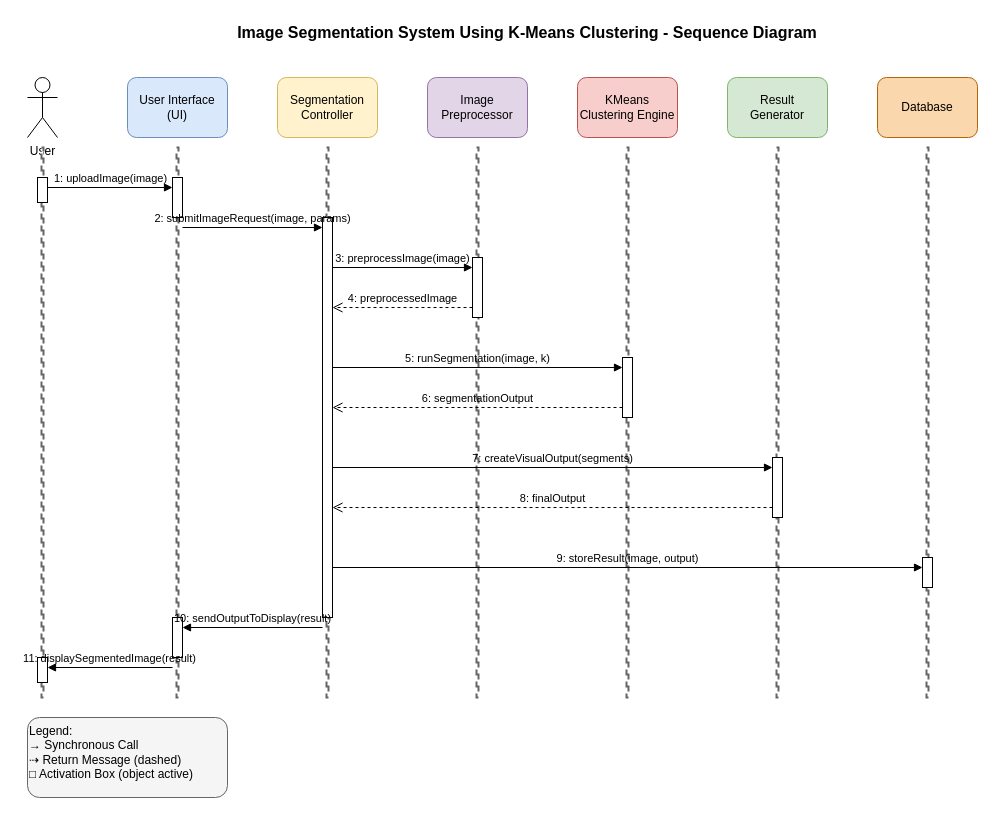
This is page "Page-10" (10 of 10) of Untitled Diagram.drawio from ruthwik-coder/uml, a draw.io file, before an edit. Source tidied: cells renumbered, new cells numbered last; positions are measured from the earlier drawing's top-left corner, leaving out a move shared by most shapes. Both pictures are drawn from the tidied source at 100%, with x=0, y=0 at pixel (27, 17).
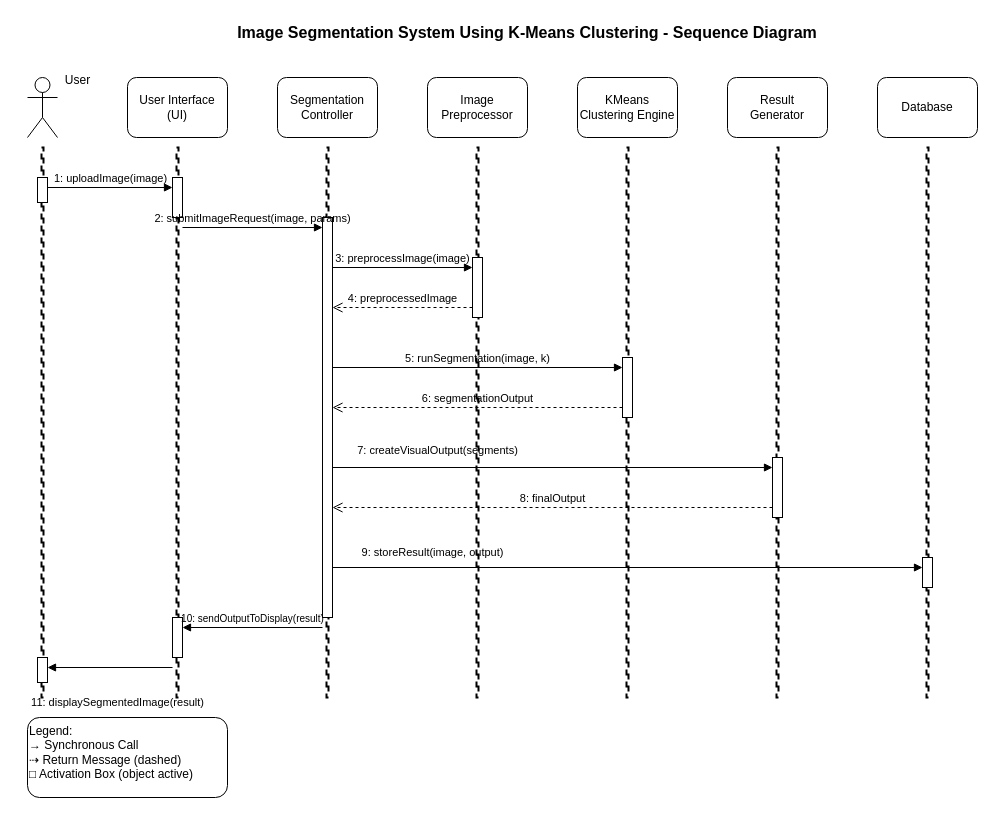
The same page after the edit.

What changed in the source:
```diff
@@
-    <mxCell id="2" value="Image Segmentation System Using K-Means Clustering - Sequence Diagram" style="text;html=1;strokeColor=none;fillColor=none;align=center;verticalAlign=middle;whiteSpace=wrap;rounded=0;fontSize=16;fontStyle=1;" parent="1" vertex="1">
+    <mxCell id="2" value="Image Segmentation System Using K-Means Clustering - Sequence Diagram" style="text;html=1;strokeColor=none;fillColor=none;align=center;verticalAlign=middle;whiteSpace=wrap;rounded=0;fontSize=16;fontStyle=1;labelBackgroundColor=none;" parent="1" vertex="1">
       <mxGeometry x="150" width="700" height="30" as="geometry" />
     </mxCell>
-    <mxCell id="3" value="User" style="shape=umlActor;verticalLabelPosition=bottom;verticalAlign=top;html=1;" parent="1" vertex="1">
+    <mxCell id="3" style="shape=umlActor;verticalLabelPosition=bottom;verticalAlign=top;html=1;labelBackgroundColor=none;" parent="1" vertex="1">
       <mxGeometry y="60" width="30" height="60" as="geometry" />
     </mxCell>
-    <mxCell id="4" value="User Interface&lt;br&gt;(UI)" style="rounded=1;whiteSpace=wrap;html=1;fillColor=#dae8fc;strokeColor=#6c8ebf;" parent="1" vertex="1">
+    <mxCell id="4" value="User Interface&lt;br&gt;(UI)" style="rounded=1;whiteSpace=wrap;html=1;labelBackgroundColor=none;" parent="1" vertex="1">
       <mxGeometry x="100" y="60" width="100" height="60" as="geometry" />
     </mxCell>
-    <mxCell id="5" value="Segmentation&lt;br&gt;Controller" style="rounded=1;whiteSpace=wrap;html=1;fillColor=#fff2cc;strokeColor=#d6b656;" parent="1" vertex="1">
+    <mxCell id="5" value="Segmentation&lt;br&gt;Controller" style="rounded=1;whiteSpace=wrap;html=1;labelBackgroundColor=none;" parent="1" vertex="1">
       <mxGeometry x="250" y="60" width="100" height="60" as="geometry" />
     </mxCell>
-    <mxCell id="6" value="Image&lt;br&gt;Preprocessor" style="rounded=1;whiteSpace=wrap;html=1;fillColor=#e1d5e7;strokeColor=#9673a6;" parent="1" vertex="1">
+    <mxCell id="6" value="Image&lt;br&gt;Preprocessor" style="rounded=1;whiteSpace=wrap;html=1;labelBackgroundColor=none;" parent="1" vertex="1">
       <mxGeometry x="400" y="60" width="100" height="60" as="geometry" />
     </mxCell>
-    <mxCell id="7" value="KMeans&lt;br&gt;Clustering Engine" style="rounded=1;whiteSpace=wrap;html=1;fillColor=#f8cecc;strokeColor=#b85450;" parent="1" vertex="1">
+    <mxCell id="7" value="KMeans&lt;br&gt;Clustering Engine" style="rounded=1;whiteSpace=wrap;html=1;labelBackgroundColor=none;" parent="1" vertex="1">
       <mxGeometry x="550" y="60" width="100" height="60" as="geometry" />
     </mxCell>
-    <mxCell id="8" value="Result&lt;br&gt;Generator" style="rounded=1;whiteSpace=wrap;html=1;fillColor=#d5e8d4;strokeColor=#82b366;" parent="1" vertex="1">
+    <mxCell id="8" value="Result&lt;br&gt;Generator" style="rounded=1;whiteSpace=wrap;html=1;labelBackgroundColor=none;" parent="1" vertex="1">
       <mxGeometry x="700" y="60" width="100" height="60" as="geometry" />
     </mxCell>
-    <mxCell id="9" value="Database" style="rounded=1;whiteSpace=wrap;html=1;fillColor=#fad7ac;strokeColor=#b46504;" parent="1" vertex="1">
+    <mxCell id="9" value="Database" style="rounded=1;whiteSpace=wrap;html=1;labelBackgroundColor=none;" parent="1" vertex="1">
       <mxGeometry x="850" y="60" width="100" height="60" as="geometry" />
     </mxCell>
-    <mxCell id="10" style="html=1;perimeter=orthogonalPerimeter;targetShapes=umlLifeline;newEdgeStyle={'edgeStyle':'elbowEdgeStyle','elbow':'vertical','curved':0,'rounded':0};strokeWidth=2;strokeColor=#666666;dashed=1;" parent="1" vertex="1">
+    <mxCell id="10" style="html=1;perimeter=orthogonalPerimeter;targetShapes=umlLifeline;newEdgeStyle={'edgeStyle':'elbowEdgeStyle','elbow':'vertical','curved':0,'rounded':0};strokeWidth=2;dashed=1;labelBackgroundColor=none;" parent="1" vertex="1">
       <mxGeometry x="14" y="130" width="2" height="550" as="geometry" />
     </mxCell>
-    <mxCell id="11" style="html=1;perimeter=orthogonalPerimeter;targetShapes=umlLifeline;newEdgeStyle={'edgeStyle':'elbowEdgeStyle','elbow':'vertical','curved':0,'rounded':0};strokeWidth=2;strokeColor=#666666;dashed=1;" parent="1" vertex="1">
+    <mxCell id="11" style="html=1;perimeter=orthogonalPerimeter;targetShapes=umlLifeline;newEdgeStyle={'edgeStyle':'elbowEdgeStyle','elbow':'vertical','curved':0,'rounded':0};strokeWidth=2;dashed=1;labelBackgroundColor=none;" parent="1" vertex="1">
       <mxGeometry x="149" y="130" width="2" height="550" as="geometry" />
     </mxCell>
-    <mxCell id="12" style="html=1;perimeter=orthogonalPerimeter;targetShapes=umlLifeline;newEdgeStyle={'edgeStyle':'elbowEdgeStyle','elbow':'vertical','curved':0,'rounded':0};strokeWidth=2;strokeColor=#666666;dashed=1;" parent="1" vertex="1">
+    <mxCell id="12" style="html=1;perimeter=orthogonalPerimeter;targetShapes=umlLifeline;newEdgeStyle={'edgeStyle':'elbowEdgeStyle','elbow':'vertical','curved':0,'rounded':0};strokeWidth=2;dashed=1;labelBackgroundColor=none;" parent="1" vertex="1">
       <mxGeometry x="299" y="130" width="2" height="550" as="geometry" />
     </mxCell>
-    <mxCell id="13" style="html=1;perimeter=orthogonalPerimeter;targetShapes=umlLifeline;newEdgeStyle={'edgeStyle':'elbowEdgeStyle','elbow':'vertical','curved':0,'rounded':0};strokeWidth=2;strokeColor=#666666;dashed=1;" parent="1" vertex="1">
+    <mxCell id="13" style="html=1;perimeter=orthogonalPerimeter;targetShapes=umlLifeline;newEdgeStyle={'edgeStyle':'elbowEdgeStyle','elbow':'vertical','curved':0,'rounded':0};strokeWidth=2;dashed=1;labelBackgroundColor=none;" parent="1" vertex="1">
       <mxGeometry x="449" y="130" width="2" height="550" as="geometry" />
     </mxCell>
-    <mxCell id="14" style="html=1;perimeter=orthogonalPerimeter;targetShapes=umlLifeline;newEdgeStyle={'edgeStyle':'elbowEdgeStyle','elbow':'vertical','curved':0,'rounded':0};strokeWidth=2;strokeColor=#666666;dashed=1;" parent="1" vertex="1">
+    <mxCell id="14" style="html=1;perimeter=orthogonalPerimeter;targetShapes=umlLifeline;newEdgeStyle={'edgeStyle':'elbowEdgeStyle','elbow':'vertical','curved':0,'rounded':0};strokeWidth=2;dashed=1;labelBackgroundColor=none;" parent="1" vertex="1">
       <mxGeometry x="599" y="130" width="2" height="550" as="geometry" />
     </mxCell>
-    <mxCell id="15" style="html=1;perimeter=orthogonalPerimeter;targetShapes=umlLifeline;newEdgeStyle={'edgeStyle':'elbowEdgeStyle','elbow':'vertical','curved':0,'rounded':0};strokeWidth=2;strokeColor=#666666;dashed=1;" parent="1" vertex="1">
+    <mxCell id="15" style="html=1;perimeter=orthogonalPerimeter;targetShapes=umlLifeline;newEdgeStyle={'edgeStyle':'elbowEdgeStyle','elbow':'vertical','curved':0,'rounded':0};strokeWidth=2;dashed=1;labelBackgroundColor=none;" parent="1" vertex="1">
       <mxGeometry x="749" y="130" width="2" height="550" as="geometry" />
     </mxCell>
-    <mxCell id="16" style="html=1;perimeter=orthogonalPerimeter;targetShapes=umlLifeline;newEdgeStyle={'edgeStyle':'elbowEdgeStyle','elbow':'vertical','curved':0,'rounded':0};strokeWidth=2;strokeColor=#666666;dashed=1;" parent="1" vertex="1">
+    <mxCell id="16" style="html=1;perimeter=orthogonalPerimeter;targetShapes=umlLifeline;newEdgeStyle={'edgeStyle':'elbowEdgeStyle','elbow':'vertical','curved':0,'rounded':0};strokeWidth=2;dashed=1;labelBackgroundColor=none;" parent="1" vertex="1">
       <mxGeometry x="899" y="130" width="2" height="550" as="geometry" />
     </mxCell>
-    <mxCell id="17" style="html=1;perimeter=orthogonalPerimeter;targetShapes=umlLifeline;newEdgeStyle={'edgeStyle':'elbowEdgeStyle','elbow':'vertical','curved':0,'rounded':0};fillColor=#ffffff;" parent="1" vertex="1">
+    <mxCell id="17" style="html=1;perimeter=orthogonalPerimeter;targetShapes=umlLifeline;newEdgeStyle={'edgeStyle':'elbowEdgeStyle','elbow':'vertical','curved':0,'rounded':0};labelBackgroundColor=none;" parent="1" vertex="1">
       <mxGeometry x="10" y="160" width="10" height="25" as="geometry" />
     </mxCell>
-    <mxCell id="18" style="html=1;perimeter=orthogonalPerimeter;targetShapes=umlLifeline;newEdgeStyle={'edgeStyle':'elbowEdgeStyle','elbow':'vertical','curved':0,'rounded':0};fillColor=#ffffff;" parent="1" vertex="1">
+    <mxCell id="18" style="html=1;perimeter=orthogonalPerimeter;targetShapes=umlLifeline;newEdgeStyle={'edgeStyle':'elbowEdgeStyle','elbow':'vertical','curved':0,'rounded':0};labelBackgroundColor=none;" parent="1" vertex="1">
       <mxGeometry x="145" y="160" width="10" height="40" as="geometry" />
     </mxCell>
-    <mxCell id="19" style="html=1;perimeter=orthogonalPerimeter;targetShapes=umlLifeline;newEdgeStyle={'edgeStyle':'elbowEdgeStyle','elbow':'vertical','curved':0,'rounded':0};fillColor=#ffffff;" parent="1" vertex="1">
+    <mxCell id="19" style="html=1;perimeter=orthogonalPerimeter;targetShapes=umlLifeline;newEdgeStyle={'edgeStyle':'elbowEdgeStyle','elbow':'vertical','curved':0,'rounded':0};labelBackgroundColor=none;" parent="1" vertex="1">
       <mxGeometry x="295" y="200" width="10" height="400" as="geometry" />
     </mxCell>
-    <mxCell id="20" style="html=1;perimeter=orthogonalPerimeter;targetShapes=umlLifeline;newEdgeStyle={'edgeStyle':'elbowEdgeStyle','elbow':'vertical','curved':0,'rounded':0};fillColor=#ffffff;" parent="1" vertex="1">
+    <mxCell id="20" style="html=1;perimeter=orthogonalPerimeter;targetShapes=umlLifeline;newEdgeStyle={'edgeStyle':'elbowEdgeStyle','elbow':'vertical','curved':0,'rounded':0};labelBackgroundColor=none;" parent="1" vertex="1">
       <mxGeometry x="445" y="240" width="10" height="60" as="geometry" />
     </mxCell>
-    <mxCell id="21" style="html=1;perimeter=orthogonalPerimeter;targetShapes=umlLifeline;newEdgeStyle={'edgeStyle':'elbowEdgeStyle','elbow':'vertical','curved':0,'rounded':0};fillColor=#ffffff;" parent="1" vertex="1">
+    <mxCell id="21" style="html=1;perimeter=orthogonalPerimeter;targetShapes=umlLifeline;newEdgeStyle={'edgeStyle':'elbowEdgeStyle','elbow':'vertical','curved':0,'rounded':0};labelBackgroundColor=none;" parent="1" vertex="1">
       <mxGeometry x="595" y="340" width="10" height="60" as="geometry" />
     </mxCell>
-    <mxCell id="22" style="html=1;perimeter=orthogonalPerimeter;targetShapes=umlLifeline;newEdgeStyle={'edgeStyle':'elbowEdgeStyle','elbow':'vertical','curved':0,'rounded':0};fillColor=#ffffff;" parent="1" vertex="1">
+    <mxCell id="22" style="html=1;perimeter=orthogonalPerimeter;targetShapes=umlLifeline;newEdgeStyle={'edgeStyle':'elbowEdgeStyle','elbow':'vertical','curved':0,'rounded':0};labelBackgroundColor=none;" parent="1" vertex="1">
       <mxGeometry x="745" y="440" width="10" height="60" as="geometry" />
     </mxCell>
-    <mxCell id="23" style="html=1;perimeter=orthogonalPerimeter;targetShapes=umlLifeline;newEdgeStyle={'edgeStyle':'elbowEdgeStyle','elbow':'vertical','curved':0,'rounded':0};fillColor=#ffffff;" parent="1" vertex="1">
+    <mxCell id="23" style="html=1;perimeter=orthogonalPerimeter;targetShapes=umlLifeline;newEdgeStyle={'edgeStyle':'elbowEdgeStyle','elbow':'vertical','curved':0,'rounded':0};labelBackgroundColor=none;" parent="1" vertex="1">
       <mxGeometry x="895" y="540" width="10" height="30" as="geometry" />
     </mxCell>
-    <mxCell id="24" style="html=1;perimeter=orthogonalPerimeter;targetShapes=umlLifeline;newEdgeStyle={'edgeStyle':'elbowEdgeStyle','elbow':'vertical','curved':0,'rounded':0};fillColor=#ffffff;" parent="1" vertex="1">
+    <mxCell id="24" style="html=1;perimeter=orthogonalPerimeter;targetShapes=umlLifeline;newEdgeStyle={'edgeStyle':'elbowEdgeStyle','elbow':'vertical','curved':0,'rounded':0};labelBackgroundColor=none;" parent="1" vertex="1">
       <mxGeometry x="145" y="600" width="10" height="40" as="geometry" />
     </mxCell>
-    <mxCell id="25" style="html=1;perimeter=orthogonalPerimeter;targetShapes=umlLifeline;newEdgeStyle={'edgeStyle':'elbowEdgeStyle','elbow':'vertical','curved':0,'rounded':0};fillColor=#ffffff;" parent="1" vertex="1">
+    <mxCell id="25" style="html=1;perimeter=orthogonalPerimeter;targetShapes=umlLifeline;newEdgeStyle={'edgeStyle':'elbowEdgeStyle','elbow':'vertical','curved':0,'rounded':0};labelBackgroundColor=none;" parent="1" vertex="1">
       <mxGeometry x="10" y="640" width="10" height="25" as="geometry" />
     </mxCell>
-    <mxCell id="26" value="1: uploadImage(image)" style="html=1;verticalAlign=bottom;endArrow=block;labelBackgroundColor=none;" parent="1" edge="1">
+    <mxCell id="26" value="1: uploadImage(image)" style="html=1;verticalAlign=bottom;endArrow=block;labelBackgroundColor=none;fontColor=default;" parent="1" edge="1">
       <mxGeometry relative="1" as="geometry">
         <mxPoint x="20" y="170" as="sourcePoint" />
         <mxPoint x="145" y="170" as="targetPoint" />
       </mxGeometry>
     </mxCell>
-    <mxCell id="27" value="2: submitImageRequest(image, params)" style="html=1;verticalAlign=bottom;endArrow=block;labelBackgroundColor=none;" parent="1" edge="1">
+    <mxCell id="27" value="2: submitImageRequest(image, params)" style="html=1;verticalAlign=bottom;endArrow=block;labelBackgroundColor=none;fontColor=default;" parent="1" edge="1">
       <mxGeometry relative="1" as="geometry">
         <mxPoint x="155" y="210" as="sourcePoint" />
         <mxPoint x="295" y="210" as="targetPoint" />
       </mxGeometry>
     </mxCell>
-    <mxCell id="28" value="3: preprocessImage(image)" style="html=1;verticalAlign=bottom;endArrow=block;labelBackgroundColor=none;" parent="1" edge="1">
+    <mxCell id="28" value="3: preprocessImage(image)" style="html=1;verticalAlign=bottom;endArrow=block;labelBackgroundColor=none;fontColor=default;" parent="1" edge="1">
       <mxGeometry relative="1" as="geometry">
         <mxPoint x="305" y="250" as="sourcePoint" />
         <mxPoint x="445" y="250" as="targetPoint" />
       </mxGeometry>
     </mxCell>
-    <mxCell id="29" value="4: preprocessedImage" style="html=1;verticalAlign=bottom;endArrow=open;dashed=1;endSize=8;labelBackgroundColor=none;" parent="1" edge="1">
+    <mxCell id="29" value="4: preprocessedImage" style="html=1;verticalAlign=bottom;endArrow=open;dashed=1;endSize=8;labelBackgroundColor=none;fontColor=default;" parent="1" edge="1">
       <mxGeometry relative="1" as="geometry">
         <mxPoint x="445" y="290" as="sourcePoint" />
         <mxPoint x="305" y="290" as="targetPoint" />
       </mxGeometry>
     </mxCell>
-    <mxCell id="30" value="5: runSegmentation(image, k)" style="html=1;verticalAlign=bottom;endArrow=block;labelBackgroundColor=none;" parent="1" edge="1">
+    <mxCell id="30" value="5: runSegmentation(image, k)" style="html=1;verticalAlign=bottom;endArrow=block;labelBackgroundColor=none;fontColor=default;" parent="1" edge="1">
       <mxGeometry relative="1" as="geometry">
         <mxPoint x="305" y="350" as="sourcePoint" />
         <mxPoint x="595" y="350" as="targetPoint" />
       </mxGeometry>
     </mxCell>
-    <mxCell id="31" value="6: segmentationOutput" style="html=1;verticalAlign=bottom;endArrow=open;dashed=1;endSize=8;labelBackgroundColor=none;" parent="1" edge="1">
+    <mxCell id="31" value="6: segmentationOutput" style="html=1;verticalAlign=bottom;endArrow=open;dashed=1;endSize=8;labelBackgroundColor=none;fontColor=default;" parent="1" edge="1">
       <mxGeometry relative="1" as="geometry">
         <mxPoint x="595" y="390" as="sourcePoint" />
         <mxPoint x="305" y="390" as="targetPoint" />
       </mxGeometry>
     </mxCell>
-    <mxCell id="32" value="7: createVisualOutput(segments)" style="html=1;verticalAlign=bottom;endArrow=block;labelBackgroundColor=none;" parent="1" edge="1">
+    <mxCell id="32" style="html=1;verticalAlign=bottom;endArrow=block;labelBackgroundColor=none;fontColor=default;" parent="1" edge="1">
       <mxGeometry relative="1" as="geometry">
         <mxPoint x="305" y="450" as="sourcePoint" />
         <mxPoint x="745" y="450" as="targetPoint" />
       </mxGeometry>
     </mxCell>
-    <mxCell id="33" value="8: finalOutput" style="html=1;verticalAlign=bottom;endArrow=open;dashed=1;endSize=8;labelBackgroundColor=none;" parent="1" edge="1">
+    <mxCell id="33" value="8: finalOutput" style="html=1;verticalAlign=bottom;endArrow=open;dashed=1;endSize=8;labelBackgroundColor=none;fontColor=default;" parent="1" edge="1">
       <mxGeometry relative="1" as="geometry">
         <mxPoint x="745" y="490" as="sourcePoint" />
         <mxPoint x="305" y="490" as="targetPoint" />
       </mxGeometry>
     </mxCell>
-    <mxCell id="34" value="9: storeResult(image, output)" style="html=1;verticalAlign=bottom;endArrow=block;labelBackgroundColor=none;" parent="1" edge="1">
+    <mxCell id="34" style="html=1;verticalAlign=bottom;endArrow=block;labelBackgroundColor=none;fontColor=default;" parent="1" edge="1">
       <mxGeometry relative="1" as="geometry">
         <mxPoint x="305" y="550" as="sourcePoint" />
         <mxPoint x="895" y="550" as="targetPoint" />
       </mxGeometry>
     </mxCell>
-    <mxCell id="35" value="10: sendOutputToDisplay(result)" style="html=1;verticalAlign=bottom;endArrow=block;labelBackgroundColor=none;" parent="1" edge="1">
+    <mxCell id="35" value="&lt;font style=&quot;font-size: 10px;&quot;&gt;10: sendOutputToDisplay(result)&lt;/font&gt;" style="html=1;verticalAlign=bottom;endArrow=block;labelBackgroundColor=none;fontColor=default;" parent="1" edge="1">
       <mxGeometry relative="1" as="geometry">
         <mxPoint x="295" y="610" as="sourcePoint" />
         <mxPoint x="155" y="610" as="targetPoint" />
       </mxGeometry>
     </mxCell>
-    <mxCell id="36" value="11: displaySegmentedImage(result)" style="html=1;verticalAlign=bottom;endArrow=block;labelBackgroundColor=none;" parent="1" edge="1">
+    <mxCell id="36" style="html=1;verticalAlign=bottom;endArrow=block;labelBackgroundColor=none;fontColor=default;" parent="1" edge="1">
       <mxGeometry relative="1" as="geometry">
         <mxPoint x="145" y="650" as="sourcePoint" />
         <mxPoint x="20" y="650" as="targetPoint" />
       </mxGeometry>
     </mxCell>
-    <mxCell id="37" value="Legend:&lt;br&gt;→ Synchronous Call&lt;br&gt;⇢ Return Message (dashed)&lt;br&gt;□ Activation Box (object active)" style="rounded=1;whiteSpace=wrap;html=1;align=left;verticalAlign=top;fillColor=#f5f5f5;strokeColor=#666666;" parent="1" vertex="1">
+    <mxCell id="37" value="Legend:&lt;br&gt;→ Synchronous Call&lt;br&gt;⇢ Return Message (dashed)&lt;br&gt;□ Activation Box (object active)" style="rounded=1;whiteSpace=wrap;html=1;align=left;verticalAlign=top;labelBackgroundColor=none;" parent="1" vertex="1">
       <mxGeometry y="700" width="200" height="80" as="geometry" />
     </mxCell>
+    <mxCell id="38" value="User" style="text;html=1;align=center;verticalAlign=middle;strokeColor=none;fillColor=none;" parent="1" vertex="1">
+      <mxGeometry x="25" y="48" width="50" height="30" as="geometry" />
+    </mxCell>
+    <mxCell id="39" value="&lt;span style=&quot;font-size: 11px;&quot;&gt;11: displaySegmentedImage(result)&lt;/span&gt;" style="text;html=1;align=center;verticalAlign=middle;strokeColor=none;fillColor=none;" parent="1" vertex="1">
+      <mxGeometry x="-10" y="670" width="200" height="30" as="geometry" />
+    </mxCell>
+    <mxCell id="40" value="&lt;span style=&quot;font-size: 11px;&quot;&gt;7: createVisualOutput(segments)&lt;/span&gt;" style="text;html=1;align=center;verticalAlign=middle;strokeColor=none;fillColor=none;" parent="1" vertex="1">
+      <mxGeometry x="320" y="418" width="180" height="30" as="geometry" />
+    </mxCell>
+    <mxCell id="41" value="&lt;span style=&quot;font-size: 11px;&quot;&gt;9: storeResult(image, output)&lt;/span&gt;" style="text;html=1;align=center;verticalAlign=middle;strokeColor=none;fillColor=none;" parent="1" vertex="1">
+      <mxGeometry x="320" y="520" width="170" height="30" as="geometry" />
+    </mxCell>
```
